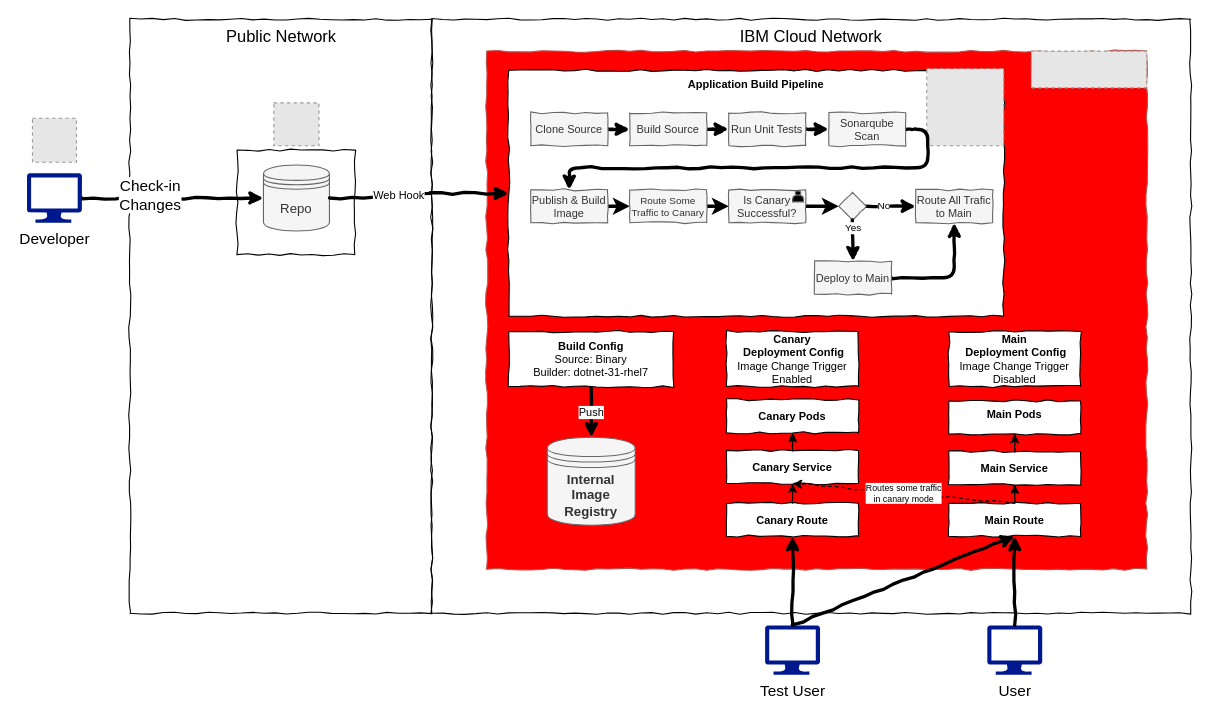
evrimozcelik/openshift-advanced-deployments keeps this draw.io diagram as jtc-summit/drawings/jtc-summit.drawio. Above is the earlier version. Source tidied: cells renumbered, new cells numbered last; positions are measured from the earlier drawing's top-left corner, leaving out a move shared by most shapes. Both pictures are drawn from the tidied source at 110%, with x=0, y=0 at pixel (26, 19). Pictures stored in the file or linked from it are replaced by grey dashed boxes.
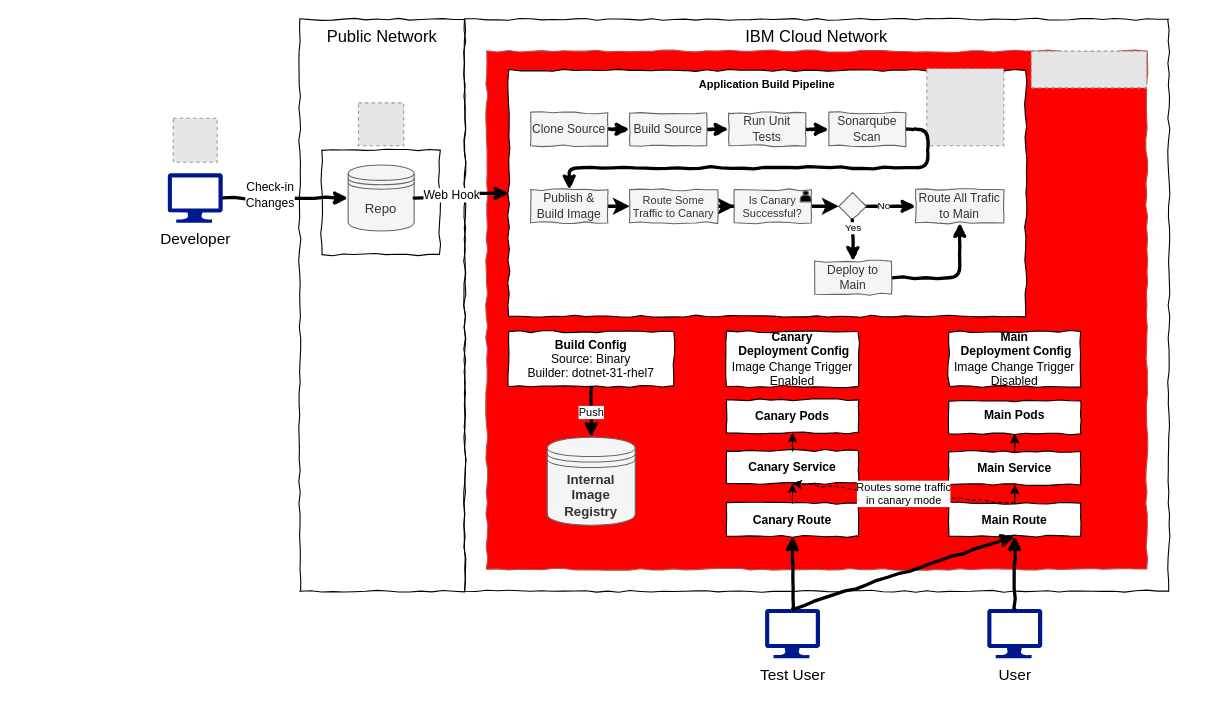
Above is the later version.

The change refers to these unchanged cells:
```xml
<mxCell id="6" style="edgeStyle=orthogonalEdgeStyle;rounded=1;jettySize=auto;html=1;fontSize=10;strokeWidth=3;fillColor=#ffe6cc;strokeColor=#000000;entryX=0;entryY=0.5;entryDx=0;entryDy=0;comic=1;" parent="1" edge="1" source="8" target="38">
  <mxGeometry relative="1" as="geometry" />
</mxCell>
<mxCell id="39" style="edgeStyle=orthogonalEdgeStyle;rounded=1;jettySize=auto;html=1;fontSize=14;strokeWidth=3;fillColor=#ffe6cc;strokeColor=#000000;exitX=1;exitY=0.5;exitDx=0;exitDy=0;entryX=0;entryY=0.5;entryDx=0;entryDy=0;comic=1;" parent="1" edge="1" source="38" target="12">
  <mxGeometry relative="1" as="geometry" />
</mxCell>
```

The edit, as a diff of the source:
```diff
@@
     <mxCell id="2" value="IBM Cloud Network" style="whiteSpace=wrap;html=1;rounded=0;shadow=0;glass=0;comic=1;strokeColor=#000000;fillColor=none;fontSize=15;verticalAlign=top;" parent="1" vertex="1">
-      <mxGeometry x="368" width="690" height="540" as="geometry" />
+      <mxGeometry x="398" width="640" height="520" as="geometry" />
     </mxCell>
     <mxCell id="3" value="Public Network" style="whiteSpace=wrap;html=1;rounded=0;shadow=0;glass=0;comic=1;strokeColor=#000000;fillColor=none;fontSize=15;verticalAlign=top;" parent="1" vertex="1">
-      <mxGeometry x="93.5" width="274.5" height="540" as="geometry" />
+      <mxGeometry x="248" width="150" height="520" as="geometry" />
     </mxCell>
@@
     <mxCell id="5" style="whiteSpace=wrap;html=1;labelPosition=center;verticalLabelPosition=top;align=center;verticalAlign=bottom;fontSize=14;glass=0;comic=1;" parent="1" vertex="1">
-      <mxGeometry x="191" y="119" width="107" height="95" as="geometry" />
+      <mxGeometry x="268" y="119" width="107" height="95" as="geometry" />
     </mxCell>
@@
-    <mxCell id="7" value="Check-in &lt;br&gt;Changes" style="text;html=1;align=center;verticalAlign=middle;labelBackgroundColor=#ffffff;fontSize=14;" parent="6" vertex="1">
+    <mxCell id="7" value="Check-in &lt;br style=&quot;font-size: 11px;&quot;&gt;Changes" style="text;html=1;align=center;verticalAlign=middle;labelBackgroundColor=#ffffff;fontSize=11;" parent="6" vertex="1">
       <mxGeometry x="-0.26" y="3" relative="1" as="geometry" />
     </mxCell>
     <mxCell id="8" value="Developer" style="shadow=0;dashed=0;html=1;strokeColor=none;labelPosition=center;verticalLabelPosition=bottom;verticalAlign=top;align=center;fillColor=#00188D;shape=mxgraph.azure.computer;fontSize=14;" parent="1" vertex="1">
-      <mxGeometry y="140" width="50" height="45" as="geometry" />
+      <mxGeometry x="128" y="140" width="50" height="45" as="geometry" />
     </mxCell>
     <mxCell id="9" style="fillColor=#E6E6E6;strokeColor=#999999;dashed=1;verticalLabelPosition=bottom;verticalAlign=top;fontSize=14;" parent="1" vertex="1">
-      <mxGeometry x="224.4" y="76" width="41.1" height="39" as="geometry" />
+      <mxGeometry x="301.4" y="76" width="41.1" height="39" as="geometry" />
     </mxCell>
     <mxCell id="10" style="fillColor=#E6E6E6;strokeColor=#999999;dashed=1;verticalLabelPosition=bottom;verticalAlign=top;fontSize=14;" parent="1" vertex="1">
-      <mxGeometry x="5" y="90" width="40" height="40" as="geometry" />
+      <mxGeometry x="133" y="90" width="40" height="40" as="geometry" />
     </mxCell>
@@
     <mxCell id="12" value="Application Build Pipeline" style="rounded=0;whiteSpace=wrap;html=1;strokeColor=#000000;fontSize=10;labelPosition=center;verticalLabelPosition=middle;align=center;verticalAlign=top;fontStyle=1;comic=1;" parent="1" vertex="1">
-      <mxGeometry x="438" y="46.5" width="450" height="223.5" as="geometry" />
+      <mxGeometry x="438" y="46.5" width="470" height="223.5" as="geometry" />
     </mxCell>
@@
-    <mxCell id="15" value="Clone Source" style="rounded=0;whiteSpace=wrap;html=1;strokeColor=#666666;fillColor=#f5f5f5;fontSize=10;fontColor=#333333;comic=1;" parent="1" vertex="1">
+    <mxCell id="15" value="Clone Source" style="rounded=0;whiteSpace=wrap;html=1;strokeColor=#666666;fillColor=#f5f5f5;fontSize=11;fontColor=#333333;comic=1;" parent="1" vertex="1">
       <mxGeometry x="458" y="85" width="70" height="30" as="geometry" />
     </mxCell>
@@
-    <mxCell id="17" value="Build Source" style="rounded=0;whiteSpace=wrap;html=1;strokeColor=#666666;fillColor=#f5f5f5;fontSize=10;fontColor=#333333;comic=1;" parent="1" vertex="1">
+    <mxCell id="17" value="Build Source" style="rounded=0;whiteSpace=wrap;html=1;strokeColor=#666666;fillColor=#f5f5f5;fontSize=11;fontColor=#333333;comic=1;" parent="1" vertex="1">
       <mxGeometry x="548" y="85" width="70" height="30" as="geometry" />
     </mxCell>
@@
-    <mxCell id="19" value="Run Unit Tests" style="rounded=0;whiteSpace=wrap;html=1;strokeColor=#666666;fillColor=#f5f5f5;fontSize=10;fontColor=#333333;comic=1;" parent="1" vertex="1">
+    <mxCell id="19" value="Run Unit Tests" style="rounded=0;whiteSpace=wrap;html=1;strokeColor=#666666;fillColor=#f5f5f5;fontSize=11;fontColor=#333333;comic=1;" parent="1" vertex="1">
       <mxGeometry x="638" y="85" width="70" height="30" as="geometry" />
     </mxCell>
@@
-    <mxCell id="21" value="Sonarqube Scan" style="rounded=0;whiteSpace=wrap;html=1;strokeColor=#666666;fillColor=#f5f5f5;fontSize=10;fontColor=#333333;comic=1;" parent="1" vertex="1">
+    <mxCell id="21" value="Sonarqube Scan" style="rounded=0;whiteSpace=wrap;html=1;strokeColor=#666666;fillColor=#f5f5f5;fontSize=11;fontColor=#333333;comic=1;" parent="1" vertex="1">
       <mxGeometry x="729" y="85" width="70" height="30" as="geometry" />
     </mxCell>
@@
-    <mxCell id="23" value="Publish &amp;amp; Build Image" style="rounded=0;whiteSpace=wrap;html=1;strokeColor=#666666;fillColor=#f5f5f5;fontSize=10;fontColor=#333333;comic=1;" parent="1" vertex="1">
+    <mxCell id="23" value="Publish &amp;amp; Build Image" style="rounded=0;whiteSpace=wrap;html=1;strokeColor=#666666;fillColor=#f5f5f5;fontSize=11;fontColor=#333333;comic=1;" parent="1" vertex="1">
       <mxGeometry x="458" y="155" width="70" height="30" as="geometry" />
     </mxCell>
@@
-    <mxCell id="25" value="Route Some Traffic to Canary" style="rounded=0;whiteSpace=wrap;html=1;strokeColor=#666666;fillColor=#f5f5f5;fontSize=9;fontColor=#333333;comic=1;" parent="1" vertex="1">
-      <mxGeometry x="548" y="155" width="70" height="30" as="geometry" />
+    <mxCell id="25" value="Route Some Traffic to Canary" style="rounded=0;whiteSpace=wrap;html=1;strokeColor=#666666;fillColor=#f5f5f5;fontSize=10;fontColor=#333333;comic=1;" parent="1" vertex="1">
+      <mxGeometry x="548" y="155" width="80" height="30" as="geometry" />
     </mxCell>
@@
     <mxCell id="27" value="Is Canary Successful?" style="rounded=0;whiteSpace=wrap;html=1;strokeColor=#666666;fillColor=#f5f5f5;fontSize=10;fontColor=#333333;comic=1;" parent="1" vertex="1">
-      <mxGeometry x="638" y="155" width="70" height="30" as="geometry" />
+      <mxGeometry x="643" y="155" width="70" height="30" as="geometry" />
     </mxCell>
-    <mxCell id="28" value="Route All Trafic to Main" style="rounded=0;whiteSpace=wrap;html=1;strokeColor=#666666;fillColor=#f5f5f5;fontSize=10;fontColor=#333333;comic=1;" parent="1" vertex="1">
-      <mxGeometry x="808" y="155" width="70" height="30" as="geometry" />
+    <mxCell id="28" value="Route All Trafic to Main" style="rounded=0;whiteSpace=wrap;html=1;strokeColor=#666666;fillColor=#f5f5f5;fontSize=11;fontColor=#333333;comic=1;" parent="1" vertex="1">
+      <mxGeometry x="808" y="155" width="80" height="30" as="geometry" />
     </mxCell>
@@
-    <mxCell id="32" value="Deploy to Main" style="rounded=0;whiteSpace=wrap;html=1;strokeColor=#666666;fillColor=#f5f5f5;fontSize=10;fontColor=#333333;comic=1;" parent="1" vertex="1">
+    <mxCell id="32" value="Deploy to Main" style="rounded=0;whiteSpace=wrap;html=1;strokeColor=#666666;fillColor=#f5f5f5;fontSize=11;fontColor=#333333;comic=1;" parent="1" vertex="1">
       <mxGeometry x="716" y="220" width="70" height="30" as="geometry" />
     </mxCell>
@@
     <mxCell id="34" style="shape=actor;whiteSpace=wrap;html=1;strokeColor=#666666;fillColor=#000000;fontSize=9;fontColor=#333333;" parent="1" vertex="1">
-      <mxGeometry x="696" y="156" width="10" height="10" as="geometry" />
+      <mxGeometry x="703" y="156" width="10" height="10" as="geometry" />
     </mxCell>
@@
-    <mxCell id="36" value="&lt;b style=&quot;font-size: 10px&quot;&gt;Build Config&lt;/b&gt;&lt;br style=&quot;font-size: 10px&quot;&gt;&lt;font style=&quot;font-size: 10px&quot;&gt;Source: Binary&lt;br style=&quot;font-size: 10px&quot;&gt;Builder: dotnet-31-rhel7&lt;/font&gt;" style="rounded=0;whiteSpace=wrap;html=1;strokeColor=#000000;fontSize=10;labelPosition=center;verticalLabelPosition=middle;align=center;verticalAlign=middle;comic=1;" parent="1" vertex="1">
+    <mxCell id="36" value="&lt;b style=&quot;font-size: 11px;&quot;&gt;Build Config&lt;/b&gt;&lt;br style=&quot;font-size: 11px;&quot;&gt;&lt;font style=&quot;font-size: 11px;&quot;&gt;Source: Binary&lt;br style=&quot;font-size: 11px;&quot;&gt;Builder: dotnet-31-rhel7&lt;/font&gt;" style="rounded=0;whiteSpace=wrap;html=1;strokeColor=#000000;fontSize=11;labelPosition=center;verticalLabelPosition=middle;align=center;verticalAlign=middle;comic=1;" parent="1" vertex="1">
       <mxGeometry x="438" y="283.9" width="150" height="50" as="geometry" />
     </mxCell>
@@
     <mxCell id="38" value="Repo" style="shape=datastore;whiteSpace=wrap;html=1;rounded=0;strokeColor=#666666;fillColor=#f5f5f5;fontSize=12;fontColor=#333333;" parent="1" vertex="1">
-      <mxGeometry x="215" y="132.5" width="60" height="60" as="geometry" />
+      <mxGeometry x="292" y="132.5" width="60" height="60" as="geometry" />
     </mxCell>
@@
-    <mxCell id="40" value="Web Hook" style="text;html=1;align=center;verticalAlign=middle;labelBackgroundColor=#ffffff;fontSize=10;" parent="39" vertex="1">
+    <mxCell id="40" value="Web Hook" style="text;html=1;align=center;verticalAlign=middle;labelBackgroundColor=#ffffff;fontSize=11;" parent="39" vertex="1">
       <mxGeometry x="-0.26" y="3" relative="1" as="geometry" />
     </mxCell>
-    <mxCell id="41" value="&lt;b style=&quot;font-size: 10px&quot;&gt;Canary&lt;/b&gt;&lt;br style=&quot;font-size: 10px&quot;&gt;&lt;b style=&quot;font-size: 10px&quot;&gt;&amp;nbsp;Deployment Config&lt;/b&gt;&lt;br style=&quot;font-size: 10px&quot;&gt;&lt;font style=&quot;font-size: 10px&quot;&gt;Image Change Trigger Enabled&lt;/font&gt;" style="rounded=0;whiteSpace=wrap;html=1;strokeColor=#000000;fontSize=10;labelPosition=center;verticalLabelPosition=middle;align=center;verticalAlign=middle;comic=1;" parent="1" vertex="1">
+    <mxCell id="41" value="&lt;b style=&quot;font-size: 11px;&quot;&gt;Canary&lt;/b&gt;&lt;br style=&quot;font-size: 11px;&quot;&gt;&lt;b style=&quot;font-size: 11px;&quot;&gt;&amp;nbsp;Deployment Config&lt;/b&gt;&lt;br style=&quot;font-size: 11px;&quot;&gt;&lt;font style=&quot;font-size: 11px;&quot;&gt;Image Change Trigger Enabled&lt;/font&gt;" style="rounded=0;whiteSpace=wrap;html=1;strokeColor=#000000;fontSize=11;labelPosition=center;verticalLabelPosition=middle;align=center;verticalAlign=middle;comic=1;" parent="1" vertex="1">
       <mxGeometry x="636" y="283.9" width="120" height="50" as="geometry" />
     </mxCell>
-    <mxCell id="42" value="&lt;b style=&quot;font-size: 10px&quot;&gt;Main&lt;/b&gt;&lt;br style=&quot;font-size: 10px&quot;&gt;&lt;b style=&quot;font-size: 10px&quot;&gt;&amp;nbsp;Deployment Config&lt;/b&gt;&lt;br style=&quot;font-size: 10px&quot;&gt;&lt;font style=&quot;font-size: 10px&quot;&gt;Image Change Trigger Disabled&lt;/font&gt;" style="rounded=0;whiteSpace=wrap;html=1;strokeColor=#000000;fontSize=10;labelPosition=center;verticalLabelPosition=middle;align=center;verticalAlign=middle;comic=1;" parent="1" vertex="1">
+    <mxCell id="42" value="&lt;b style=&quot;font-size: 11px;&quot;&gt;Main&lt;/b&gt;&lt;br style=&quot;font-size: 11px;&quot;&gt;&lt;b style=&quot;font-size: 11px;&quot;&gt;&amp;nbsp;Deployment Config&lt;/b&gt;&lt;br style=&quot;font-size: 11px;&quot;&gt;&lt;font style=&quot;font-size: 11px;&quot;&gt;Image Change Trigger Disabled&lt;/font&gt;" style="rounded=0;whiteSpace=wrap;html=1;strokeColor=#000000;fontSize=11;labelPosition=center;verticalLabelPosition=middle;align=center;verticalAlign=middle;comic=1;" parent="1" vertex="1">
       <mxGeometry x="838" y="283.9" width="120" height="50" as="geometry" />
     </mxCell>
-    <mxCell id="43" value="&lt;b style=&quot;font-size: 10px&quot;&gt;Canary&amp;nbsp;&lt;/b&gt;&lt;b style=&quot;font-size: 10px&quot;&gt;Service&lt;/b&gt;" style="rounded=0;whiteSpace=wrap;html=1;strokeColor=#000000;fontSize=10;labelPosition=center;verticalLabelPosition=middle;align=center;verticalAlign=middle;comic=1;" parent="1" vertex="1">
+    <mxCell id="43" value="&lt;b style=&quot;font-size: 11px;&quot;&gt;Canary&amp;nbsp;&lt;/b&gt;&lt;b style=&quot;font-size: 11px;&quot;&gt;Service&lt;/b&gt;" style="rounded=0;whiteSpace=wrap;html=1;strokeColor=#000000;fontSize=11;labelPosition=center;verticalLabelPosition=middle;align=center;verticalAlign=middle;comic=1;" parent="1" vertex="1">
       <mxGeometry x="636" y="392" width="120" height="30" as="geometry" />
     </mxCell>
-    <mxCell id="44" value="&lt;b style=&quot;font-size: 10px&quot;&gt;Main&amp;nbsp;&lt;/b&gt;&lt;b style=&quot;font-size: 10px&quot;&gt;Service&lt;/b&gt;" style="rounded=0;whiteSpace=wrap;html=1;strokeColor=#000000;fontSize=10;labelPosition=center;verticalLabelPosition=middle;align=center;verticalAlign=middle;comic=1;" parent="1" vertex="1">
+    <mxCell id="44" value="&lt;b style=&quot;font-size: 11px;&quot;&gt;Main&amp;nbsp;&lt;/b&gt;&lt;b style=&quot;font-size: 11px;&quot;&gt;Service&lt;/b&gt;" style="rounded=0;whiteSpace=wrap;html=1;strokeColor=#000000;fontSize=11;labelPosition=center;verticalLabelPosition=middle;align=center;verticalAlign=middle;comic=1;" parent="1" vertex="1">
       <mxGeometry x="838" y="393" width="120" height="30" as="geometry" />
     </mxCell>
-    <mxCell id="45" value="&lt;b style=&quot;font-size: 10px&quot;&gt;Canary&amp;nbsp;&lt;/b&gt;&lt;b style=&quot;font-size: 10px&quot;&gt;Route&lt;/b&gt;" style="rounded=0;whiteSpace=wrap;html=1;strokeColor=#000000;fontSize=10;labelPosition=center;verticalLabelPosition=middle;align=center;verticalAlign=middle;comic=1;" parent="1" vertex="1">
+    <mxCell id="45" value="&lt;b style=&quot;font-size: 11px;&quot;&gt;Canary&amp;nbsp;&lt;/b&gt;&lt;b style=&quot;font-size: 11px;&quot;&gt;Route&lt;/b&gt;" style="rounded=0;whiteSpace=wrap;html=1;strokeColor=#000000;fontSize=11;labelPosition=center;verticalLabelPosition=middle;align=center;verticalAlign=middle;comic=1;" parent="1" vertex="1">
       <mxGeometry x="636" y="440" width="120" height="30" as="geometry" />
     </mxCell>
-    <mxCell id="46" value="&lt;b style=&quot;font-size: 10px&quot;&gt;Main&amp;nbsp;&lt;/b&gt;&lt;b style=&quot;font-size: 10px&quot;&gt;Route&lt;/b&gt;" style="rounded=0;whiteSpace=wrap;html=1;strokeColor=#000000;fontSize=10;labelPosition=center;verticalLabelPosition=middle;align=center;verticalAlign=middle;comic=1;" parent="1" vertex="1">
+    <mxCell id="46" value="&lt;b style=&quot;font-size: 11px;&quot;&gt;Main&amp;nbsp;&lt;/b&gt;&lt;b style=&quot;font-size: 11px;&quot;&gt;Route&lt;/b&gt;" style="rounded=0;whiteSpace=wrap;html=1;strokeColor=#000000;fontSize=11;labelPosition=center;verticalLabelPosition=middle;align=center;verticalAlign=middle;comic=1;" parent="1" vertex="1">
       <mxGeometry x="838" y="440" width="120" height="30" as="geometry" />
     </mxCell>
     <mxCell id="47" value="User" style="shadow=0;dashed=0;html=1;strokeColor=none;labelPosition=center;verticalLabelPosition=bottom;verticalAlign=top;align=center;fillColor=#00188D;shape=mxgraph.azure.computer;fontSize=14;" parent="1" vertex="1">
-      <mxGeometry x="873" y="551" width="50" height="45" as="geometry" />
+      <mxGeometry x="873" y="536" width="50" height="45" as="geometry" />
     </mxCell>
@@
     <mxCell id="49" value="Test User" style="shadow=0;dashed=0;html=1;strokeColor=none;labelPosition=center;verticalLabelPosition=bottom;verticalAlign=top;align=center;fillColor=#00188D;shape=mxgraph.azure.computer;fontSize=14;" parent="1" vertex="1">
-      <mxGeometry x="671" y="551" width="50" height="45" as="geometry" />
+      <mxGeometry x="671" y="536" width="50" height="45" as="geometry" />
     </mxCell>
@@
-    <mxCell id="51" value="&lt;b style=&quot;font-size: 10px&quot;&gt;Canary Pods&lt;/b&gt;" style="rounded=0;whiteSpace=wrap;html=1;strokeColor=#000000;fontSize=10;labelPosition=center;verticalLabelPosition=middle;align=center;verticalAlign=middle;comic=1;" parent="1" vertex="1">
+    <mxCell id="51" value="&lt;b style=&quot;font-size: 11px;&quot;&gt;Canary Pods&lt;/b&gt;" style="rounded=0;whiteSpace=wrap;html=1;strokeColor=#000000;fontSize=11;labelPosition=center;verticalLabelPosition=middle;align=center;verticalAlign=middle;comic=1;" parent="1" vertex="1">
       <mxGeometry x="636" y="346" width="120" height="30" as="geometry" />
     </mxCell>
-    <mxCell id="52" value="&lt;b style=&quot;font-size: 10px&quot;&gt;Main Pods&lt;/b&gt;" style="rounded=0;whiteSpace=wrap;html=1;strokeColor=#000000;fontSize=10;labelPosition=center;verticalLabelPosition=middle;align=center;verticalAlign=top;comic=1;" parent="1" vertex="1">
+    <mxCell id="52" value="&lt;b style=&quot;font-size: 11px;&quot;&gt;Main Pods&lt;/b&gt;" style="rounded=0;whiteSpace=wrap;html=1;strokeColor=#000000;fontSize=11;labelPosition=center;verticalLabelPosition=middle;align=center;verticalAlign=top;comic=1;" parent="1" vertex="1">
       <mxGeometry x="838" y="347" width="120" height="30" as="geometry" />
     </mxCell>
@@
-    <mxCell id="56" value="Routes some traffic &lt;br style=&quot;font-size: 8px;&quot;&gt;in canary mode" style="rounded=1;comic=1;jettySize=auto;html=1;strokeWidth=1;fontSize=8;exitX=0.5;exitY=0;exitDx=0;exitDy=0;entryX=0.5;entryY=1;entryDx=0;entryDy=0;dashed=1;" parent="1" edge="1" source="46" target="43">
+    <mxCell id="56" value="Routes some traffic &lt;br style=&quot;font-size: 10px;&quot;&gt;in canary mode" style="rounded=1;comic=1;jettySize=auto;html=1;strokeWidth=1;fontSize=10;exitX=0.5;exitY=0;exitDx=0;exitDy=0;entryX=0.5;entryY=1;entryDx=0;entryDy=0;dashed=1;" parent="1" edge="1" source="46" target="43">
       <mxGeometry relative="1" as="geometry" />
     </mxCell>
```
